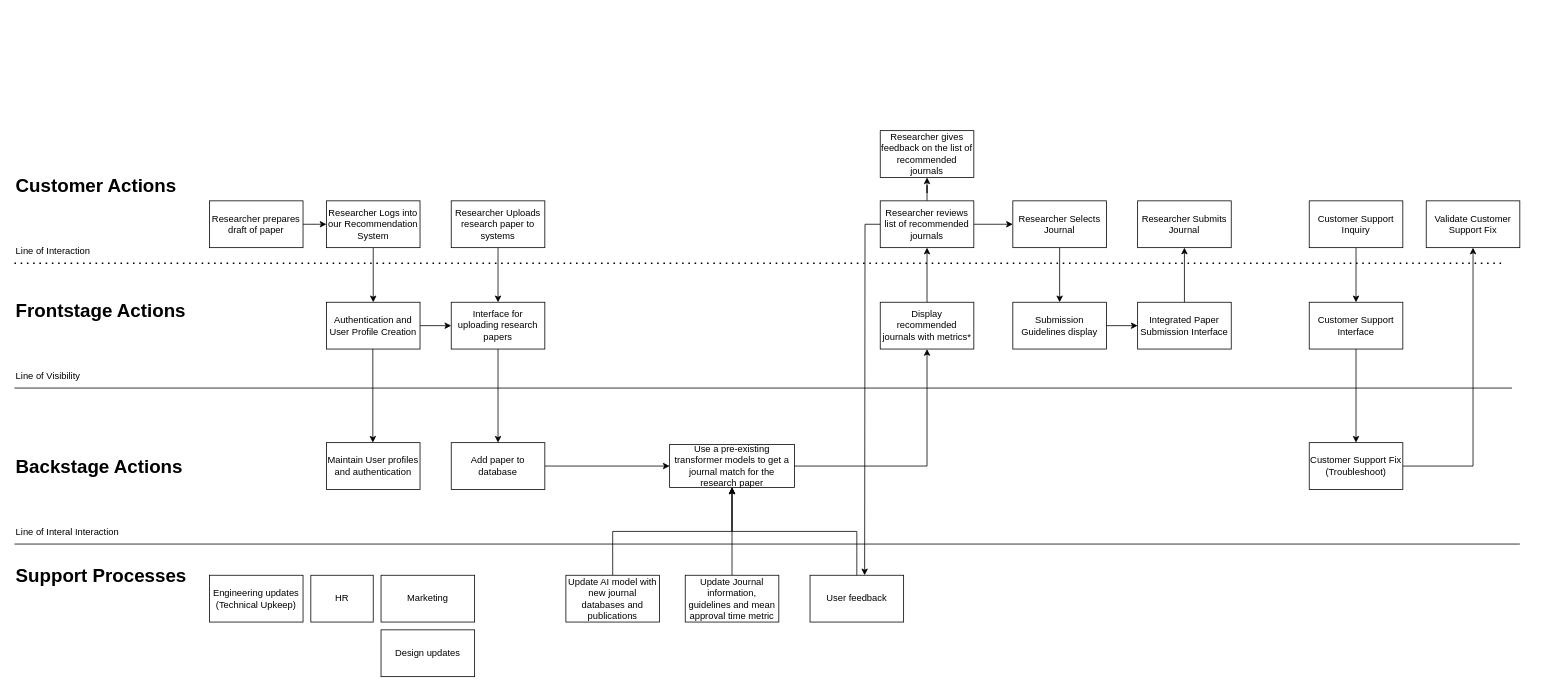
The draw.io diagram Service.drawio in HB9398/PortfolioHB, before the edit. Source tidied: cells renumbered, new cells numbered last; positions are measured from the earlier drawing's top-left corner, leaving out a move shared by most shapes. Both pictures are drawn from the tidied source at 78%, with x=0, y=0 at pixel (14, 130).
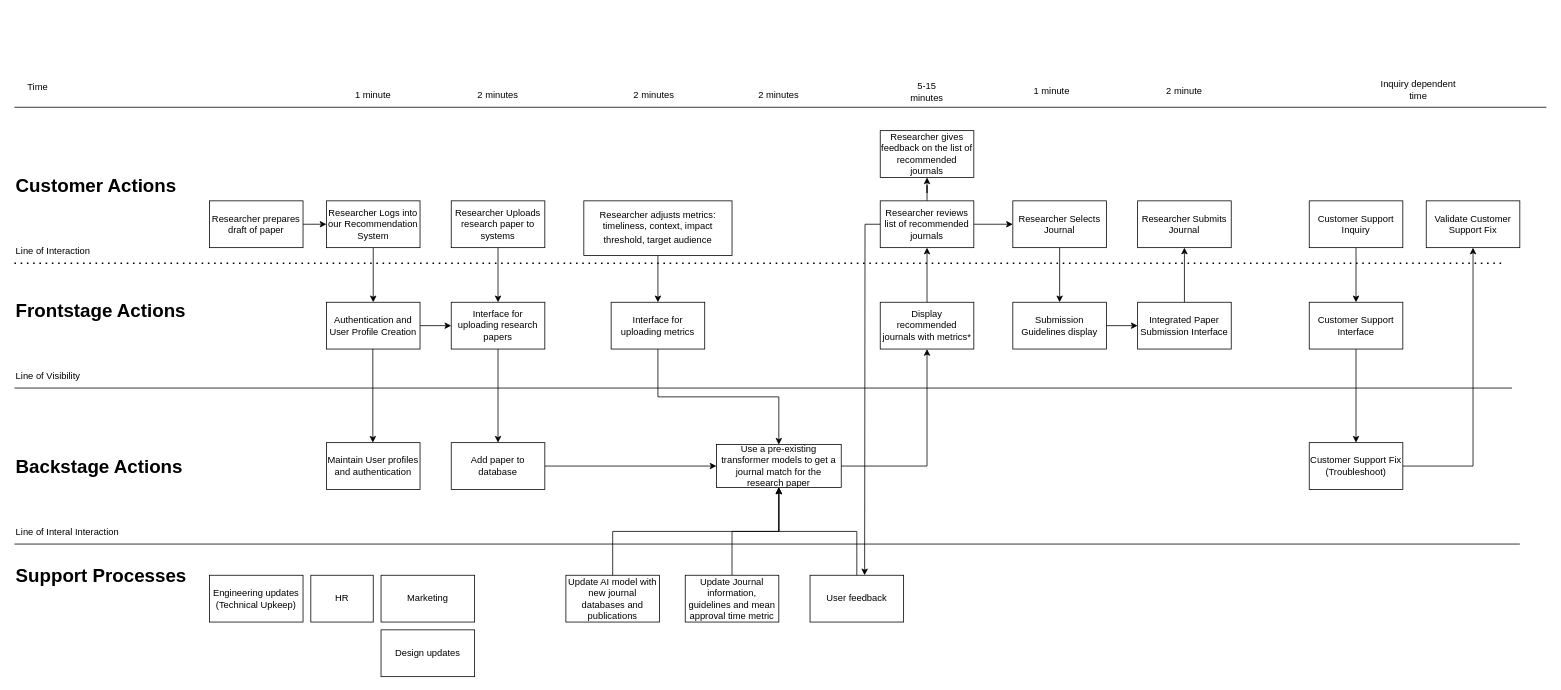
The same page after the edit.

Diff of the diagram source:
```diff
@@
     <mxCell id="36" value="Use a pre-existing transformer models to get a journal match for the research paper" style="rounded=0;whiteSpace=wrap;html=1;" parent="1" vertex="1">
-      <mxGeometry x="840" y="402.5" width="160" height="55" as="geometry" />
+      <mxGeometry x="900" y="402.5" width="160" height="55" as="geometry" />
     </mxCell>
@@
+    <mxCell id="59" style="endArrow=none;html=1;rounded=0;" parent="1" edge="1">
+      <mxGeometry relative="1" as="geometry">
+        <mxPoint y="-30" as="sourcePoint" />
+        <mxPoint x="1964" y="-30" as="targetPoint" />
+      </mxGeometry>
+    </mxCell>
+    <mxCell id="60" value="Time" style="text;html=1;align=center;verticalAlign=middle;whiteSpace=wrap;rounded=0;" parent="1" vertex="1">
+      <mxGeometry y="-70" width="60" height="30" as="geometry" />
+    </mxCell>
+    <mxCell id="61" value="1 minute" style="text;html=1;align=center;verticalAlign=middle;whiteSpace=wrap;rounded=0;" parent="1" vertex="1">
+      <mxGeometry x="430" y="-60" width="60" height="30" as="geometry" />
+    </mxCell>
+    <mxCell id="62" value="2 minutes" style="text;html=1;align=center;verticalAlign=middle;whiteSpace=wrap;rounded=0;" parent="1" vertex="1">
+      <mxGeometry x="590" y="-60" width="60" height="30" as="geometry" />
+    </mxCell>
+    <mxCell id="63" value="2 minutes" style="text;html=1;align=center;verticalAlign=middle;whiteSpace=wrap;rounded=0;" parent="1" vertex="1">
+      <mxGeometry x="950" y="-65" width="60" height="40" as="geometry" />
+    </mxCell>
+    <mxCell id="64" value="5-15 minutes" style="text;html=1;align=center;verticalAlign=middle;whiteSpace=wrap;rounded=0;" parent="1" vertex="1">
+      <mxGeometry x="1140" y="-70" width="60" height="40" as="geometry" />
+    </mxCell>
+    <mxCell id="65" value="1 minute" style="text;html=1;align=center;verticalAlign=middle;whiteSpace=wrap;rounded=0;" parent="1" vertex="1">
+      <mxGeometry x="1300" y="-70" width="60" height="40" as="geometry" />
+    </mxCell>
+    <mxCell id="66" value="2 minute" style="text;html=1;align=center;verticalAlign=middle;whiteSpace=wrap;rounded=0;" parent="1" vertex="1">
+      <mxGeometry x="1470" y="-70" width="60" height="40" as="geometry" />
+    </mxCell>
+    <mxCell id="67" style="edgeStyle=orthogonalEdgeStyle;rounded=0;jettySize=auto;html=1;" parent="1" edge="1" source="68" target="69">
+      <mxGeometry relative="1" as="geometry" />
+    </mxCell>
+    <mxCell id="68" value="&lt;font style=&quot;font-size: 12px;&quot;&gt;Researcher adjusts metrics: timeliness, context, impact threshold, target audience&lt;/font&gt;&lt;span style=&quot;font-size: medium; text-align: start;&quot;&gt;&lt;/span&gt;" style="rounded=0;whiteSpace=wrap;html=1;" parent="1" vertex="1">
+      <mxGeometry x="730" y="90" width="190" height="70" as="geometry" />
+    </mxCell>
+    <mxCell id="69" value="Interface for uploading metrics" style="rounded=0;whiteSpace=wrap;html=1;" parent="1" vertex="1">
+      <mxGeometry x="765" y="220" width="120" height="60" as="geometry" />
+    </mxCell>
+    <mxCell id="70" style="endArrow=classic;html=1;rounded=0;exitX=0.5;exitY=1;exitDx=0;exitDy=0;entryX=0.5;entryY=0;entryDx=0;entryDy=0;edgeStyle=orthogonalEdgeStyle;" parent="1" edge="1" source="69" target="36">
+      <mxGeometry relative="1" as="geometry" />
+    </mxCell>
+    <mxCell id="71" value="2 minutes" style="text;html=1;align=center;verticalAlign=middle;whiteSpace=wrap;rounded=0;" parent="1" vertex="1">
+      <mxGeometry x="790" y="-65" width="60" height="40" as="geometry" />
+    </mxCell>
+    <mxCell id="72" value="Inquiry dependent time" style="text;html=1;align=center;verticalAlign=middle;whiteSpace=wrap;rounded=0;" parent="1" vertex="1">
+      <mxGeometry x="1740" y="-72" width="120" height="40" as="geometry" />
+    </mxCell>
+    <mxCell id="73" style="rounded=1;whiteSpace=wrap;html=1;fillColor=none;strokeColor=none;" parent="1" vertex="1">
+      <mxGeometry x="1001" y="-150" width="120" height="60" as="geometry" />
+    </mxCell>
```
